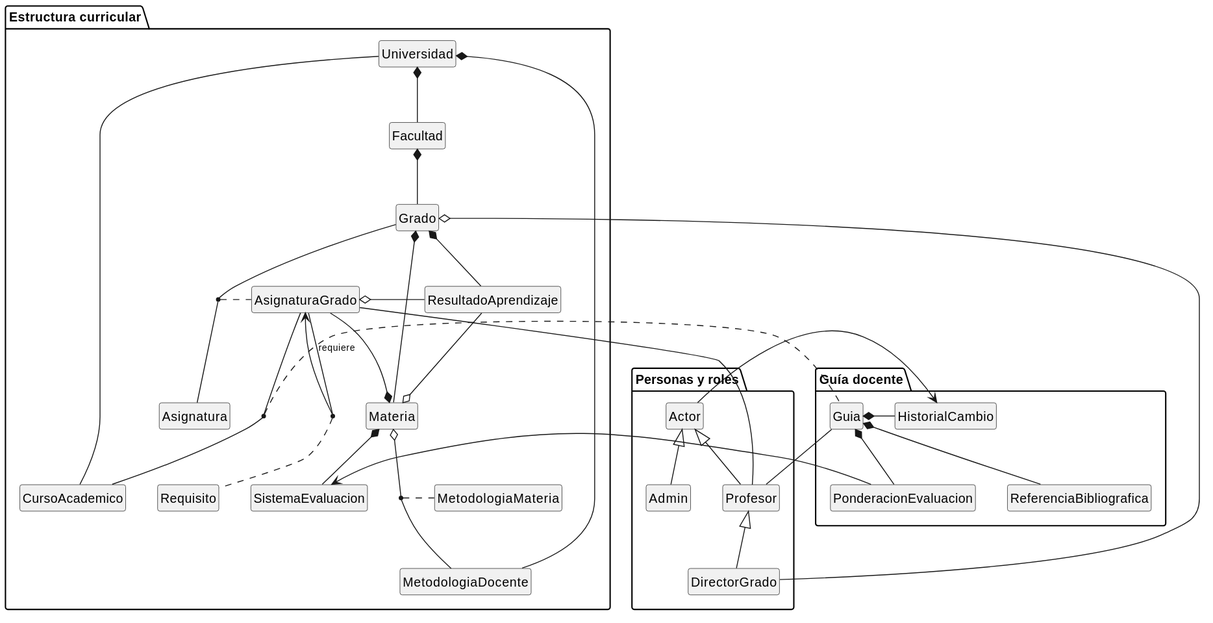
Earlier version of the PlantUML export images/RUP/00-modelo-del-dominio/modeloDominioSimple.svg (mmasias/pyCeldaPublico). Its diagram source:
```plantuml
@startuml
hide empty members
hide circle

package "Estructura curricular" {
  class Universidad
  class Facultad
  class Grado
  class Materia
  class SistemaEvaluacion
  class MetodologiaDocente
  class MetodologiaMateria
  class Asignatura
  class AsignaturaGrado
  class ResultadoAprendizaje
  class Requisito
  class CursoAcademico
  Universidad *-d- Facultad
  Facultad *-d- Grado
  Grado *-- Materia
  Materia *-- AsignaturaGrado
  Materia *-- SistemaEvaluacion
  Materia o-- MetodologiaDocente
  (Materia, MetodologiaDocente) .. MetodologiaMateria
  Universidad *-- MetodologiaDocente
  (Grado, Asignatura) .. AsignaturaGrado
  Grado *-d- ResultadoAprendizaje
  Materia o-u- ResultadoAprendizaje
  AsignaturaGrado o- ResultadoAprendizaje
  AsignaturaGrado --> AsignaturaGrado : <sub>requiere</sub>
  AsignaturaGrado -[hidden]r- Requisito
  (AsignaturaGrado, AsignaturaGrado) .. Requisito
  Universidad -- CursoAcademico
}

package "Guía docente" {
  class Guia
  class HistorialCambio
  class PonderacionEvaluacion
  (AsignaturaGrado, CursoAcademico) .. Guia
  Guia *- HistorialCambio
  Guia *-d- PonderacionEvaluacion
  PonderacionEvaluacion -> SistemaEvaluacion
  class ReferenciaBibliografica
  Guia *-- ReferenciaBibliografica
}

package "Personas y roles" {
  class Actor
  class Profesor
  class Admin
  class DirectorGrado

  Profesor -u-|> Actor
  Admin -u-|> Actor
  DirectorGrado -u-|> Profesor
  Actor -> HistorialCambio
  AsignaturaGrado - Profesor
  Grado o- DirectorGrado
}

Guia -- Profesor
@enduml
```
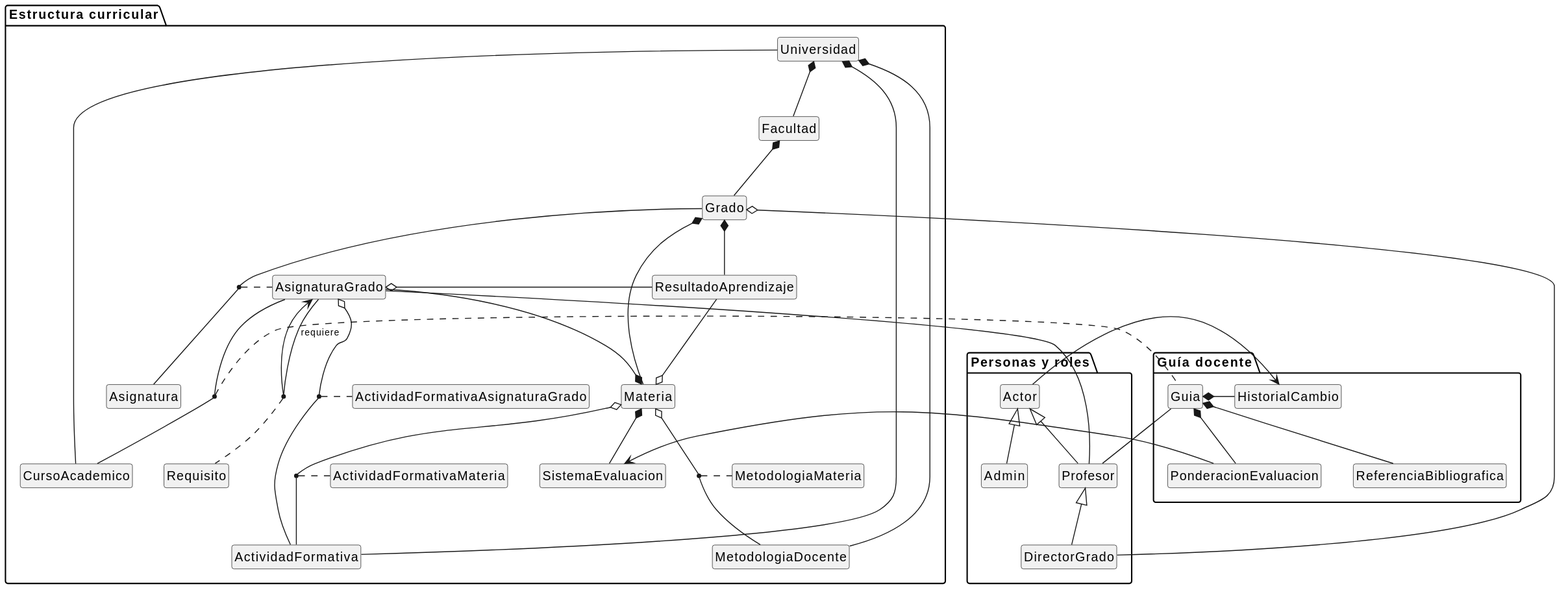
Above is the later version.

What changed in the source:
```diff
@@ -10,6 +10,9 @@
   class SistemaEvaluacion
   class MetodologiaDocente
   class MetodologiaMateria
+  class ActividadFormativa
+  class ActividadFormativaMateria
+  class ActividadFormativaAsignaturaGrado
   class Asignatura
   class AsignaturaGrado
   class ResultadoAprendizaje
@@ -23,6 +26,11 @@
   Materia o-- MetodologiaDocente
   (Materia, MetodologiaDocente) .. MetodologiaMateria
   Universidad *-- MetodologiaDocente
+  Universidad *-- ActividadFormativa
+  Materia o-- ActividadFormativa
+  (Materia, ActividadFormativa) .. ActividadFormativaMateria
+  AsignaturaGrado o-- ActividadFormativa
+  (AsignaturaGrado, ActividadFormativa) .. ActividadFormativaAsignaturaGrado
   (Grado, Asignatura) .. AsignaturaGrado
   Grado *-d- ResultadoAprendizaje
   Materia o-u- ResultadoAprendizaje
```
